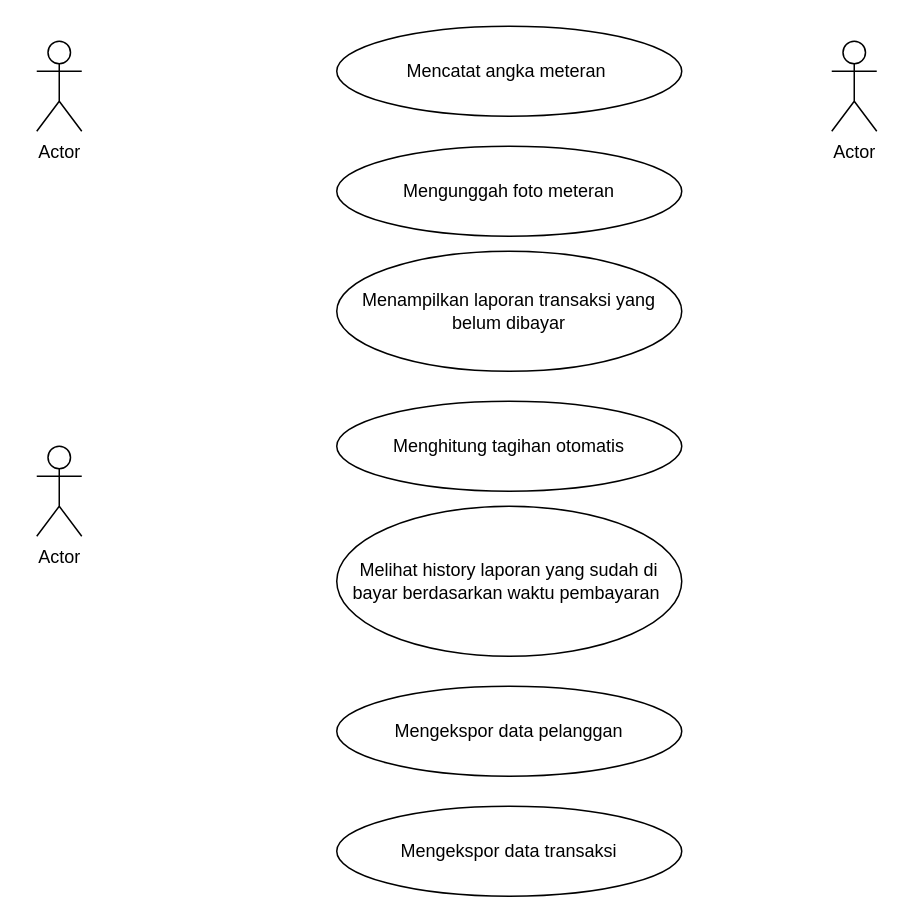
Above: AirpamUseCase.drawio in Noorania/kreasi (draw.io), before the change. Source tidied: cells renumbered, new cells numbered last; positions are measured from the earlier drawing's top-left corner, leaving out a move shared by most shapes. Both pictures are drawn from the tidied source at 150%, with x=0, y=0 at pixel (36, 26).
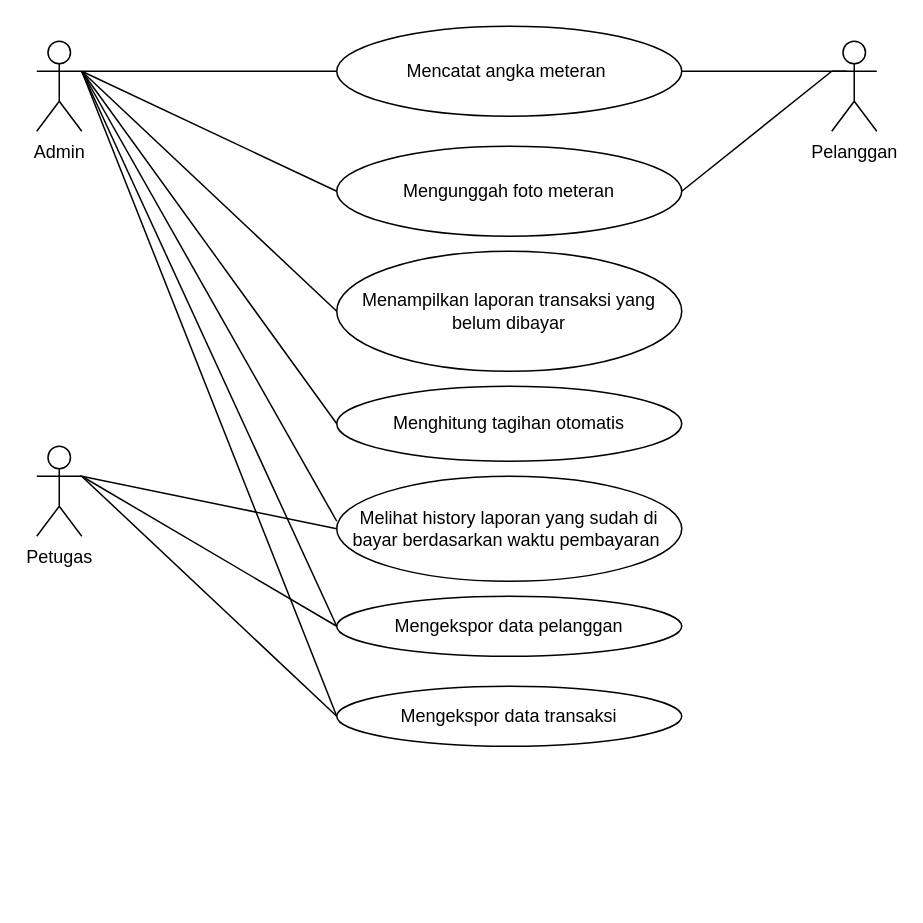
The same diagram, later.

The change refers to these unchanged cells:
```xml
<mxCell id="5" value="Mencatat angka meteran&amp;nbsp;" style="ellipse;whiteSpace=wrap;html=1;" parent="1" vertex="1">
  <mxGeometry x="200" width="230" height="60" as="geometry" />
</mxCell>
<mxCell id="6" value="Mengunggah foto meteran" style="ellipse;whiteSpace=wrap;html=1;" parent="1" vertex="1">
  <mxGeometry x="200" y="80" width="230" height="60" as="geometry" />
</mxCell>
<mxCell id="7" value="Menampilkan laporan transaksi yang belum dibayar" style="ellipse;whiteSpace=wrap;html=1;" parent="1" vertex="1">
  <mxGeometry x="200" y="150" width="230" height="80" as="geometry" />
</mxCell>
```

What changed in the source:
```diff
@@
-    <mxCell id="2" value="Actor" style="shape=umlActor;verticalLabelPosition=bottom;verticalAlign=top;html=1;outlineConnect=0;" parent="1" vertex="1">
+    <mxCell id="2" value="Admin" style="shape=umlActor;verticalLabelPosition=bottom;verticalAlign=top;html=1;outlineConnect=0;" parent="1" vertex="1">
       <mxGeometry y="10" width="30" height="60" as="geometry" />
     </mxCell>
-    <mxCell id="3" value="Actor" style="shape=umlActor;verticalLabelPosition=bottom;verticalAlign=top;html=1;" parent="1" vertex="1">
+    <mxCell id="3" value="Petugas&lt;div&gt;&lt;br&gt;&lt;/div&gt;" style="shape=umlActor;verticalLabelPosition=bottom;verticalAlign=top;html=1;" parent="1" vertex="1">
       <mxGeometry y="280" width="30" height="60" as="geometry" />
     </mxCell>
-    <mxCell id="4" value="Actor" style="shape=umlActor;verticalLabelPosition=bottom;verticalAlign=top;html=1;" parent="1" vertex="1">
+    <mxCell id="4" value="Pelanggan&lt;div&gt;&lt;br&gt;&lt;/div&gt;" style="shape=umlActor;verticalLabelPosition=bottom;verticalAlign=top;html=1;" parent="1" vertex="1">
       <mxGeometry x="530" y="10" width="30" height="60" as="geometry" />
     </mxCell>
@@
     <mxCell id="8" value="Menghitung tagihan otomatis" style="ellipse;whiteSpace=wrap;html=1;" parent="1" vertex="1">
-      <mxGeometry x="200" y="250" width="230" height="60" as="geometry" />
+      <mxGeometry x="200" y="240" width="230" height="50" as="geometry" />
     </mxCell>
     <mxCell id="9" value="Melihat history laporan yang sudah di bayar berdasarkan waktu pembayaran&amp;nbsp;" style="ellipse;whiteSpace=wrap;html=1;" parent="1" vertex="1">
-      <mxGeometry x="200" y="320" width="230" height="100" as="geometry" />
+      <mxGeometry x="200" y="300" width="230" height="70" as="geometry" />
     </mxCell>
     <mxCell id="10" value="Mengekspor data pelanggan" style="ellipse;whiteSpace=wrap;html=1;" parent="1" vertex="1">
-      <mxGeometry x="200" y="440" width="230" height="60" as="geometry" />
+      <mxGeometry x="200" y="380" width="230" height="40" as="geometry" />
     </mxCell>
     <mxCell id="11" value="Mengekspor data transaksi" style="ellipse;whiteSpace=wrap;html=1;" parent="1" vertex="1">
-      <mxGeometry x="200" y="520" width="230" height="60" as="geometry" />
+      <mxGeometry x="200" y="440" width="230" height="40" as="geometry" />
     </mxCell>
+    <mxCell id="12" style="endArrow=none;html=1;rounded=0;entryX=0;entryY=0.5;entryDx=0;entryDy=0;" parent="1" edge="1" target="10">
+      <mxGeometry relative="1" as="geometry">
+        <mxPoint x="30" y="300" as="sourcePoint" />
+      </mxGeometry>
+    </mxCell>
+    <mxCell id="13" style="endArrow=none;html=1;rounded=0;exitX=0;exitY=0.5;exitDx=0;exitDy=0;entryX=0;entryY=0.5;entryDx=0;entryDy=0;" parent="1" edge="1" source="11" target="9">
+      <mxGeometry relative="1" as="geometry">
+        <Array as="points">
+          <mxPoint x="30" y="300" />
+        </Array>
+      </mxGeometry>
+    </mxCell>
+    <mxCell id="14" style="endArrow=none;html=1;rounded=0;entryX=0;entryY=0.5;entryDx=0;entryDy=0;exitX=0;exitY=0.5;exitDx=0;exitDy=0;" parent="1" edge="1" source="8" target="7">
+      <mxGeometry relative="1" as="geometry">
+        <Array as="points">
+          <mxPoint x="30" y="30" />
+        </Array>
+      </mxGeometry>
+    </mxCell>
+    <mxCell id="15" style="endArrow=none;html=1;rounded=0;exitX=1;exitY=0.5;exitDx=0;exitDy=0;" parent="1" edge="1" source="6">
+      <mxGeometry relative="1" as="geometry">
+        <mxPoint x="530" y="30" as="targetPoint" />
+      </mxGeometry>
+    </mxCell>
+    <mxCell id="16" style="endArrow=none;html=1;rounded=0;exitX=1;exitY=0.5;exitDx=0;exitDy=0;" parent="1" edge="1" source="5">
+      <mxGeometry relative="1" as="geometry">
+        <mxPoint x="520" y="30" as="targetPoint" />
+        <Array as="points">
+          <mxPoint x="540" y="30" />
+        </Array>
+      </mxGeometry>
+    </mxCell>
+    <mxCell id="17" style="endArrow=none;html=1;rounded=0;" parent="1" edge="1">
+      <mxGeometry relative="1" as="geometry">
+        <mxPoint x="200" y="330" as="sourcePoint" />
+        <mxPoint x="30" y="30" as="targetPoint" />
+      </mxGeometry>
+    </mxCell>
+    <mxCell id="18" style="endArrow=none;html=1;rounded=0;exitX=0;exitY=0.5;exitDx=0;exitDy=0;" parent="1" edge="1" source="6">
+      <mxGeometry relative="1" as="geometry">
+        <mxPoint x="30" y="30" as="targetPoint" />
+      </mxGeometry>
+    </mxCell>
+    <mxCell id="19" style="endArrow=none;html=1;rounded=0;entryX=1;entryY=0.3333333333333333;entryDx=0;entryDy=0;entryPerimeter=0;exitX=0;exitY=0.5;exitDx=0;exitDy=0;" parent="1" edge="1" source="5" target="2">
+      <mxGeometry relative="1" as="geometry" />
+    </mxCell>
+    <mxCell id="20" style="endArrow=none;html=1;rounded=0;entryX=1;entryY=0.3333333333333333;entryDx=0;entryDy=0;entryPerimeter=0;exitX=0;exitY=0.5;exitDx=0;exitDy=0;" parent="1" edge="1" source="10" target="2">
+      <mxGeometry relative="1" as="geometry" />
+    </mxCell>
+    <mxCell id="21" style="endArrow=none;html=1;rounded=0;" parent="1" edge="1">
+      <mxGeometry relative="1" as="geometry">
+        <mxPoint x="200" y="460" as="sourcePoint" />
+        <mxPoint x="30" y="30" as="targetPoint" />
+      </mxGeometry>
+    </mxCell>
```
